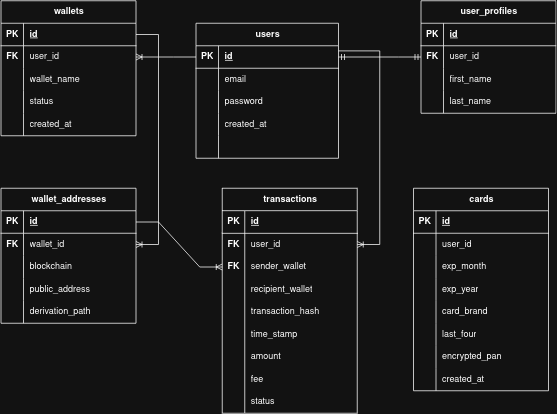
Earlier version of the draw.io export media/ERD.png (Kenn-stack/db_design). Source tidied: cells renumbered, new cells last; positions are measured from the earlier drawing's top-left corner, leaving out a move shared by most shapes.
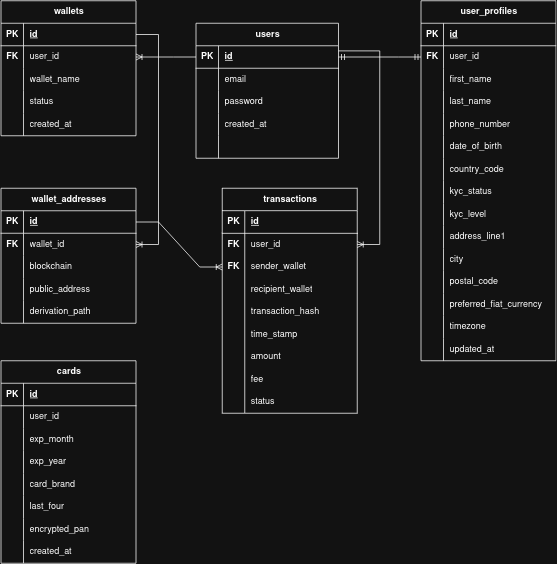
Later version of the same file.

Change to the diagram source:
```diff
@@ -87,7 +87,7 @@
       <mxGeometry x="30" width="150" height="30" as="geometry" />
     </mxCell>
     <mxCell id="30" value="user_profiles" style="shape=table;startSize=30;rowLines=0;fontStyle=1;align=center;html=1;" parent="1" vertex="1">
-      <mxGeometry x="560" width="180" height="150" as="geometry" />
+      <mxGeometry x="560" width="180" height="480" as="geometry" />
     </mxCell>
     <mxCell id="31" style="shape=tableRow;horizontal=0;startSize=0;swimlaneHead=0;swimlaneBody=0;fillColor=none;top=0;left=0;right=0;bottom=1;" parent="30" vertex="1">
       <mxGeometry y="30" width="180" height="30" as="geometry" />
@@ -125,6 +125,105 @@
     <mxCell id="42" value="last_name" style="shape=partialRectangle;fillColor=none;top=0;left=0;bottom=0;right=0;align=left;spacingLeft=6;overflow=hidden;whiteSpace=wrap;html=1;" parent="40" vertex="1">
       <mxGeometry x="30" width="150" height="30" as="geometry" />
     </mxCell>
+    <mxCell id="121" style="shape=tableRow;horizontal=0;startSize=0;swimlaneHead=0;swimlaneBody=0;fillColor=none;top=0;left=0;right=0;bottom=0;" parent="30" vertex="1">
+      <mxGeometry y="150" width="180" height="30" as="geometry" />
+    </mxCell>
+    <mxCell id="122" style="shape=partialRectangle;fillColor=none;top=0;left=0;bottom=0;right=0;overflow=hidden;whiteSpace=wrap;html=1;" parent="121" vertex="1">
+      <mxGeometry width="30" height="30" as="geometry" />
+    </mxCell>
+    <mxCell id="123" value="phone_number" style="shape=partialRectangle;fillColor=none;top=0;left=0;bottom=0;right=0;align=left;spacingLeft=6;overflow=hidden;whiteSpace=wrap;html=1;" parent="121" vertex="1">
+      <mxGeometry x="30" width="150" height="30" as="geometry" />
+    </mxCell>
+    <mxCell id="124" style="shape=tableRow;horizontal=0;startSize=0;swimlaneHead=0;swimlaneBody=0;fillColor=none;top=0;left=0;right=0;bottom=0;" parent="30" vertex="1">
+      <mxGeometry y="180" width="180" height="30" as="geometry" />
+    </mxCell>
+    <mxCell id="125" style="shape=partialRectangle;fillColor=none;top=0;left=0;bottom=0;right=0;overflow=hidden;whiteSpace=wrap;html=1;" parent="124" vertex="1">
+      <mxGeometry width="30" height="30" as="geometry" />
+    </mxCell>
+    <mxCell id="126" value="date_of_birth" style="shape=partialRectangle;fillColor=none;top=0;left=0;bottom=0;right=0;align=left;spacingLeft=6;overflow=hidden;whiteSpace=wrap;html=1;" parent="124" vertex="1">
+      <mxGeometry x="30" width="150" height="30" as="geometry" />
+    </mxCell>
+    <mxCell id="127" style="shape=tableRow;horizontal=0;startSize=0;swimlaneHead=0;swimlaneBody=0;fillColor=none;top=0;left=0;right=0;bottom=0;" parent="30" vertex="1">
+      <mxGeometry y="210" width="180" height="30" as="geometry" />
+    </mxCell>
+    <mxCell id="128" style="shape=partialRectangle;fillColor=none;top=0;left=0;bottom=0;right=0;overflow=hidden;whiteSpace=wrap;html=1;" parent="127" vertex="1">
+      <mxGeometry width="30" height="30" as="geometry" />
+    </mxCell>
+    <mxCell id="129" value="country_code" style="shape=partialRectangle;fillColor=none;top=0;left=0;bottom=0;right=0;align=left;spacingLeft=6;overflow=hidden;whiteSpace=wrap;html=1;" parent="127" vertex="1">
+      <mxGeometry x="30" width="150" height="30" as="geometry" />
+    </mxCell>
+    <mxCell id="130" style="shape=tableRow;horizontal=0;startSize=0;swimlaneHead=0;swimlaneBody=0;fillColor=none;top=0;left=0;right=0;bottom=0;" parent="30" vertex="1">
+      <mxGeometry y="240" width="180" height="30" as="geometry" />
+    </mxCell>
+    <mxCell id="131" style="shape=partialRectangle;fillColor=none;top=0;left=0;bottom=0;right=0;overflow=hidden;whiteSpace=wrap;html=1;" parent="130" vertex="1">
+      <mxGeometry width="30" height="30" as="geometry" />
+    </mxCell>
+    <mxCell id="132" value="kyc_status" style="shape=partialRectangle;fillColor=none;top=0;left=0;bottom=0;right=0;align=left;spacingLeft=6;overflow=hidden;whiteSpace=wrap;html=1;" parent="130" vertex="1">
+      <mxGeometry x="30" width="150" height="30" as="geometry" />
+    </mxCell>
+    <mxCell id="133" style="shape=tableRow;horizontal=0;startSize=0;swimlaneHead=0;swimlaneBody=0;fillColor=none;top=0;left=0;right=0;bottom=0;" parent="30" vertex="1">
+      <mxGeometry y="270" width="180" height="30" as="geometry" />
+    </mxCell>
+    <mxCell id="134" style="shape=partialRectangle;fillColor=none;top=0;left=0;bottom=0;right=0;overflow=hidden;whiteSpace=wrap;html=1;" parent="133" vertex="1">
+      <mxGeometry width="30" height="30" as="geometry" />
+    </mxCell>
+    <mxCell id="135" value="kyc_level" style="shape=partialRectangle;fillColor=none;top=0;left=0;bottom=0;right=0;align=left;spacingLeft=6;overflow=hidden;whiteSpace=wrap;html=1;" parent="133" vertex="1">
+      <mxGeometry x="30" width="150" height="30" as="geometry" />
+    </mxCell>
+    <mxCell id="136" style="shape=tableRow;horizontal=0;startSize=0;swimlaneHead=0;swimlaneBody=0;fillColor=none;top=0;left=0;right=0;bottom=0;" parent="30" vertex="1">
+      <mxGeometry y="300" width="180" height="30" as="geometry" />
+    </mxCell>
+    <mxCell id="137" style="shape=partialRectangle;fillColor=none;top=0;left=0;bottom=0;right=0;overflow=hidden;whiteSpace=wrap;html=1;" parent="136" vertex="1">
+      <mxGeometry width="30" height="30" as="geometry" />
+    </mxCell>
+    <mxCell id="138" value="address_line1" style="shape=partialRectangle;fillColor=none;top=0;left=0;bottom=0;right=0;align=left;spacingLeft=6;overflow=hidden;whiteSpace=wrap;html=1;" parent="136" vertex="1">
+      <mxGeometry x="30" width="150" height="30" as="geometry" />
+    </mxCell>
+    <mxCell id="139" style="shape=tableRow;horizontal=0;startSize=0;swimlaneHead=0;swimlaneBody=0;fillColor=none;top=0;left=0;right=0;bottom=0;" parent="30" vertex="1">
+      <mxGeometry y="330" width="180" height="30" as="geometry" />
+    </mxCell>
+    <mxCell id="140" style="shape=partialRectangle;fillColor=none;top=0;left=0;bottom=0;right=0;overflow=hidden;whiteSpace=wrap;html=1;" parent="139" vertex="1">
+      <mxGeometry width="30" height="30" as="geometry" />
+    </mxCell>
+    <mxCell id="141" value="city" style="shape=partialRectangle;fillColor=none;top=0;left=0;bottom=0;right=0;align=left;spacingLeft=6;overflow=hidden;whiteSpace=wrap;html=1;" parent="139" vertex="1">
+      <mxGeometry x="30" width="150" height="30" as="geometry" />
+    </mxCell>
+    <mxCell id="142" style="shape=tableRow;horizontal=0;startSize=0;swimlaneHead=0;swimlaneBody=0;fillColor=none;top=0;left=0;right=0;bottom=0;" parent="30" vertex="1">
+      <mxGeometry y="360" width="180" height="30" as="geometry" />
+    </mxCell>
+    <mxCell id="143" style="shape=partialRectangle;fillColor=none;top=0;left=0;bottom=0;right=0;overflow=hidden;whiteSpace=wrap;html=1;" parent="142" vertex="1">
+      <mxGeometry width="30" height="30" as="geometry" />
+    </mxCell>
+    <mxCell id="144" value="postal_code" style="shape=partialRectangle;fillColor=none;top=0;left=0;bottom=0;right=0;align=left;spacingLeft=6;overflow=hidden;whiteSpace=wrap;html=1;" parent="142" vertex="1">
+      <mxGeometry x="30" width="150" height="30" as="geometry" />
+    </mxCell>
+    <mxCell id="145" style="shape=tableRow;horizontal=0;startSize=0;swimlaneHead=0;swimlaneBody=0;fillColor=none;top=0;left=0;right=0;bottom=0;" parent="30" vertex="1">
+      <mxGeometry y="390" width="180" height="30" as="geometry" />
+    </mxCell>
+    <mxCell id="146" style="shape=partialRectangle;fillColor=none;top=0;left=0;bottom=0;right=0;overflow=hidden;whiteSpace=wrap;html=1;" parent="145" vertex="1">
+      <mxGeometry width="30" height="30" as="geometry" />
+    </mxCell>
+    <mxCell id="147" value="preferred_fiat_currency" style="shape=partialRectangle;fillColor=none;top=0;left=0;bottom=0;right=0;align=left;spacingLeft=6;overflow=hidden;whiteSpace=wrap;html=1;" parent="145" vertex="1">
+      <mxGeometry x="30" width="150" height="30" as="geometry" />
+    </mxCell>
+    <mxCell id="148" style="shape=tableRow;horizontal=0;startSize=0;swimlaneHead=0;swimlaneBody=0;fillColor=none;top=0;left=0;right=0;bottom=0;" parent="30" vertex="1">
+      <mxGeometry y="420" width="180" height="30" as="geometry" />
+    </mxCell>
+    <mxCell id="149" style="shape=partialRectangle;fillColor=none;top=0;left=0;bottom=0;right=0;overflow=hidden;whiteSpace=wrap;html=1;" parent="148" vertex="1">
+      <mxGeometry width="30" height="30" as="geometry" />
+    </mxCell>
+    <mxCell id="150" value="timezone" style="shape=partialRectangle;fillColor=none;top=0;left=0;bottom=0;right=0;align=left;spacingLeft=6;overflow=hidden;whiteSpace=wrap;html=1;" parent="148" vertex="1">
+      <mxGeometry x="30" width="150" height="30" as="geometry" />
+    </mxCell>
+    <mxCell id="151" style="shape=tableRow;horizontal=0;startSize=0;swimlaneHead=0;swimlaneBody=0;fillColor=none;top=0;left=0;right=0;bottom=0;" parent="30" vertex="1">
+      <mxGeometry y="450" width="180" height="30" as="geometry" />
+    </mxCell>
+    <mxCell id="152" style="shape=partialRectangle;fillColor=none;top=0;left=0;bottom=0;right=0;overflow=hidden;whiteSpace=wrap;html=1;" parent="151" vertex="1">
+      <mxGeometry width="30" height="30" as="geometry" />
+    </mxCell>
+    <mxCell id="153" value="updated_at" style="shape=partialRectangle;fillColor=none;top=0;left=0;bottom=0;right=0;align=left;spacingLeft=6;overflow=hidden;whiteSpace=wrap;html=1;" parent="151" vertex="1">
+      <mxGeometry x="30" width="150" height="30" as="geometry" />
+    </mxCell>
     <mxCell id="43" value="wallets" style="shape=table;startSize=30;rowLines=0;fontStyle=1;align=center;html=1;" parent="1" vertex="1">
       <mxGeometry width="180" height="180" as="geometry" />
     </mxCell>
@@ -282,7 +381,7 @@
       <mxGeometry relative="1" as="geometry" />
     </mxCell>
     <mxCell id="95" value="cards" style="shape=table;startSize=30;rowLines=0;fontStyle=1;align=center;html=1;" parent="1" vertex="1">
-      <mxGeometry x="550" y="250" width="180" height="270" as="geometry" />
+      <mxGeometry y="480" width="180" height="270" as="geometry" />
     </mxCell>
     <mxCell id="96" style="shape=tableRow;horizontal=0;startSize=0;swimlaneHead=0;swimlaneBody=0;fillColor=none;top=0;left=0;right=0;bottom=1;" parent="95" vertex="1">
       <mxGeometry y="30" width="180" height="30" as="geometry" />
```
